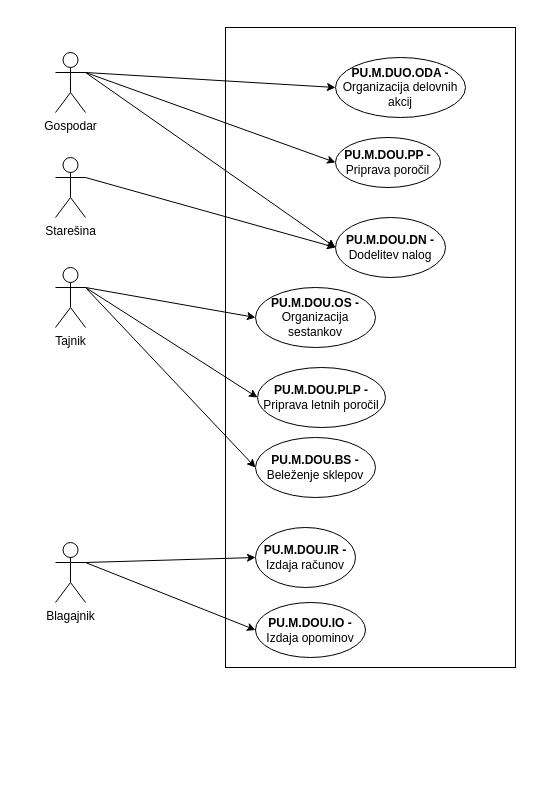
The draw.io diagram Upravni odbor-Primer uporabe.drawio in ErnestISv/Lovstvo, before the edit. Source tidied: cells renumbered, new cells numbered last; positions are measured from the earlier drawing's top-left corner, leaving out a move shared by most shapes. Both pictures are drawn from the tidied source at 100%, with x=0, y=0 at pixel (55, 27).
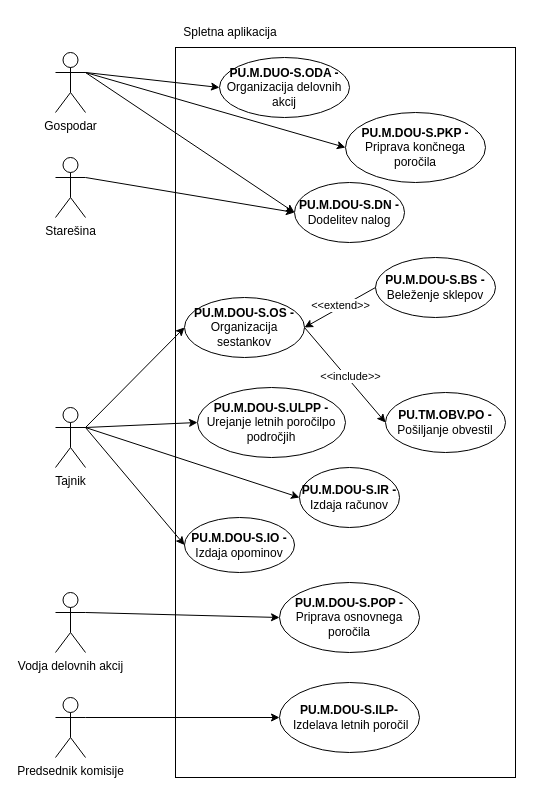
After the change.

What changed in the source:
```diff
@@
     <mxCell id="2" style="rounded=0;whiteSpace=wrap;html=1;" parent="1" vertex="1">
-      <mxGeometry x="170" width="290" height="640" as="geometry" />
+      <mxGeometry x="120" y="20" width="340" height="730" as="geometry" />
     </mxCell>
@@
     <mxCell id="5" value="Tajnik" style="shape=umlActor;verticalLabelPosition=bottom;verticalAlign=top;html=1;outlineConnect=0;" parent="1" vertex="1">
-      <mxGeometry y="240" width="30" height="60" as="geometry" />
+      <mxGeometry y="380" width="30" height="60" as="geometry" />
     </mxCell>
-    <mxCell id="6" value="&lt;b&gt;PU.M.DOU.OS -&lt;/b&gt; Organizacija sestankov" style="ellipse;whiteSpace=wrap;html=1;" parent="1" vertex="1">
-      <mxGeometry x="200" y="260" width="120" height="60" as="geometry" />
+    <mxCell id="6" value="&lt;b&gt;PU.M.DOU-S.OS -&lt;/b&gt; Organizacija sestankov" style="ellipse;whiteSpace=wrap;html=1;" parent="1" vertex="1">
+      <mxGeometry x="129" y="270" width="120" height="60" as="geometry" />
     </mxCell>
-    <mxCell id="7" value="&lt;b&gt;PU.M.DUO.ODA -&lt;/b&gt; Organizacija delovnih akcij" style="ellipse;whiteSpace=wrap;html=1;" parent="1" vertex="1">
-      <mxGeometry x="280" y="30" width="130" height="60" as="geometry" />
+    <mxCell id="7" value="&lt;b&gt;PU.M.DUO-S.ODA -&lt;/b&gt; Organizacija delovnih akcij" style="ellipse;whiteSpace=wrap;html=1;" parent="1" vertex="1">
+      <mxGeometry x="164" y="30" width="130" height="60" as="geometry" />
     </mxCell>
-    <mxCell id="8" value="&lt;b&gt;PU.M.DOU.PP -&lt;/b&gt; Priprava poročil" style="ellipse;whiteSpace=wrap;html=1;" parent="1" vertex="1">
-      <mxGeometry x="280" y="110" width="105" height="50" as="geometry" />
+    <mxCell id="8" value="&lt;b&gt;PU.M.DOU-S.PKP -&lt;/b&gt; Priprava končnega poročila" style="ellipse;whiteSpace=wrap;html=1;" parent="1" vertex="1">
+      <mxGeometry x="290" y="85" width="140" height="70" as="geometry" />
     </mxCell>
-    <mxCell id="9" value="Blagajnik" style="shape=umlActor;verticalLabelPosition=bottom;verticalAlign=top;html=1;outlineConnect=0;" parent="1" vertex="1">
-      <mxGeometry y="515" width="30" height="60" as="geometry" />
-    </mxCell>
-    <mxCell id="10" value="&lt;b&gt;PU.M.DOU.IR -&lt;/b&gt; Izdaja računov" style="ellipse;whiteSpace=wrap;html=1;" parent="1" vertex="1">
-      <mxGeometry x="200" y="500" width="100" height="60" as="geometry" />
+    <mxCell id="10" value="&lt;b&gt;PU.M.DOU-S.IR -&lt;/b&gt; Izdaja računov" style="ellipse;whiteSpace=wrap;html=1;" parent="1" vertex="1">
+      <mxGeometry x="244" y="440" width="100" height="60" as="geometry" />
     </mxCell>
-    <mxCell id="11" value="&lt;b&gt;PU.M.DOU.IO -&lt;/b&gt; Izdaja opominov" style="ellipse;whiteSpace=wrap;html=1;" parent="1" vertex="1">
-      <mxGeometry x="200" y="575" width="110" height="55" as="geometry" />
+    <mxCell id="11" value="&lt;b&gt;PU.M.DOU-S.IO -&lt;/b&gt; Izdaja opominov" style="ellipse;whiteSpace=wrap;html=1;" parent="1" vertex="1">
+      <mxGeometry x="129" y="490" width="110" height="55" as="geometry" />
     </mxCell>
-    <mxCell id="12" value="&lt;b&gt;PU.M.DOU.DN -&lt;/b&gt; Dodelitev nalog" style="ellipse;whiteSpace=wrap;html=1;" parent="1" vertex="1">
-      <mxGeometry x="280" y="190" width="110" height="60" as="geometry" />
+    <mxCell id="12" value="&lt;b&gt;PU.M.DOU-S.DN -&lt;/b&gt; Dodelitev nalog" style="ellipse;whiteSpace=wrap;html=1;" parent="1" vertex="1">
+      <mxGeometry x="239" y="155" width="110" height="60" as="geometry" />
     </mxCell>
-    <mxCell id="13" value="&lt;b&gt;PU.M.DOU.PLP -&lt;/b&gt; Priprava letnih poročil" style="ellipse;whiteSpace=wrap;html=1;" parent="1" vertex="1">
-      <mxGeometry x="202" y="340" width="128" height="60" as="geometry" />
+    <mxCell id="13" value="&lt;b&gt;PU.M.DOU-S.ULPP -&lt;/b&gt; Urejanje letnih poročilpo področjih" style="ellipse;whiteSpace=wrap;html=1;" parent="1" vertex="1">
+      <mxGeometry x="142" y="360" width="148" height="70" as="geometry" />
     </mxCell>
-    <mxCell id="14" value="&lt;b&gt;PU.M.DOU.BS -&lt;/b&gt; Beleženje sklepov" style="ellipse;whiteSpace=wrap;html=1;" parent="1" vertex="1">
-      <mxGeometry x="200" y="410" width="120" height="60" as="geometry" />
+    <mxCell id="14" value="&lt;b&gt;PU.M.DOU-S.BS -&lt;/b&gt; Beleženje sklepov" style="ellipse;whiteSpace=wrap;html=1;" parent="1" vertex="1">
+      <mxGeometry x="320" y="230" width="120" height="60" as="geometry" />
     </mxCell>
-    <mxCell id="15" style="endArrow=classic;html=1;rounded=0;exitX=1;exitY=0.3333333333333333;exitDx=0;exitDy=0;exitPerimeter=0;entryX=0;entryY=0.5;entryDx=0;entryDy=0;fillColor=#FF3A3A;" parent="1" edge="1" source="5" target="14">
-      <mxGeometry relative="1" as="geometry" />
-    </mxCell>
@@
-    <mxCell id="21" style="endArrow=classic;html=1;rounded=0;exitX=1;exitY=0.3333333333333333;exitDx=0;exitDy=0;exitPerimeter=0;entryX=0;entryY=0.5;entryDx=0;entryDy=0;" parent="1" edge="1" source="9" target="11">
+    <mxCell id="21" style="endArrow=classic;html=1;rounded=0;exitX=1;exitY=0.3333333333333333;exitDx=0;exitDy=0;exitPerimeter=0;entryX=0;entryY=0.5;entryDx=0;entryDy=0;" parent="1" edge="1" source="5" target="11">
       <mxGeometry relative="1" as="geometry" />
     </mxCell>
-    <mxCell id="22" style="endArrow=classic;html=1;rounded=0;exitX=1;exitY=0.3333333333333333;exitDx=0;exitDy=0;exitPerimeter=0;entryX=0;entryY=0.5;entryDx=0;entryDy=0;" parent="1" edge="1" source="9" target="10">
+    <mxCell id="22" style="endArrow=classic;html=1;rounded=0;exitX=1;exitY=0.3333333333333333;exitDx=0;exitDy=0;exitPerimeter=0;entryX=0;entryY=0.5;entryDx=0;entryDy=0;" parent="1" edge="1" source="5" target="10">
       <mxGeometry relative="1" as="geometry" />
     </mxCell>
@@
+    <mxCell id="24" value="&lt;b&gt;PU.TM.OBV.PO - &lt;/b&gt;Pošiljanje obvestil" style="ellipse;whiteSpace=wrap;html=1;" parent="1" vertex="1">
+      <mxGeometry x="330" y="365" width="120" height="60" as="geometry" />
+    </mxCell>
+    <mxCell id="25" value="Spletna aplikacija" style="text;html=1;align=center;verticalAlign=middle;whiteSpace=wrap;rounded=0;" parent="1" vertex="1">
+      <mxGeometry x="120" y="-10" width="110" height="30" as="geometry" />
+    </mxCell>
+    <mxCell id="26" style="endArrow=classic;html=1;rounded=0;entryX=0;entryY=0.5;entryDx=0;entryDy=0;exitX=1;exitY=0.5;exitDx=0;exitDy=0;" parent="1" edge="1" source="6" target="24">
+      <mxGeometry relative="1" as="geometry" />
+    </mxCell>
+    <mxCell id="27" value="&amp;lt;&amp;lt;include&amp;gt;&amp;gt;" style="edgeLabel;html=1;align=center;verticalAlign=middle;" parent="26" vertex="1">
+      <mxGeometry x="0.06" y="3" relative="1" as="geometry" />
+    </mxCell>
+    <mxCell id="28" value="Vodja delovnih akcij" style="shape=umlActor;verticalLabelPosition=bottom;verticalAlign=top;html=1;outlineConnect=0;" parent="1" vertex="1">
+      <mxGeometry y="565" width="30" height="60" as="geometry" />
+    </mxCell>
+    <mxCell id="29" value="&lt;b&gt;PU.M.DOU-S.POP -&lt;/b&gt; Priprava osnovnega poročila" style="ellipse;whiteSpace=wrap;html=1;" parent="1" vertex="1">
+      <mxGeometry x="224" y="555" width="140" height="70" as="geometry" />
+    </mxCell>
+    <mxCell id="30" style="endArrow=classic;html=1;rounded=0;exitX=1;exitY=0.3333333333333333;exitDx=0;exitDy=0;exitPerimeter=0;entryX=0;entryY=0.5;entryDx=0;entryDy=0;" parent="1" edge="1" source="28" target="29">
+      <mxGeometry relative="1" as="geometry" />
+    </mxCell>
+    <mxCell id="31" value="Predsednik komisije" style="shape=umlActor;verticalLabelPosition=bottom;verticalAlign=top;html=1;outlineConnect=0;" parent="1" vertex="1">
+      <mxGeometry y="670" width="30" height="60" as="geometry" />
+    </mxCell>
+    <mxCell id="32" value="&lt;b&gt;PU.M.DOU-S.ILP-&lt;/b&gt;&amp;nbsp;Izdelava letnih poročil" style="ellipse;whiteSpace=wrap;html=1;" parent="1" vertex="1">
+      <mxGeometry x="224" y="655" width="140" height="70" as="geometry" />
+    </mxCell>
+    <mxCell id="33" style="endArrow=classic;html=1;rounded=0;exitX=1;exitY=0.3333333333333333;exitDx=0;exitDy=0;exitPerimeter=0;entryX=0;entryY=0.5;entryDx=0;entryDy=0;" parent="1" edge="1" source="31" target="32">
+      <mxGeometry relative="1" as="geometry" />
+    </mxCell>
+    <mxCell id="34" style="endArrow=classic;html=1;rounded=0;exitX=0;exitY=0.5;exitDx=0;exitDy=0;entryX=1;entryY=0.5;entryDx=0;entryDy=0;" parent="1" edge="1" source="14" target="6">
+      <mxGeometry relative="1" as="geometry" />
+    </mxCell>
+    <mxCell id="35" value="&amp;lt;&amp;lt;extend&amp;gt;&amp;gt;" style="edgeLabel;html=1;align=center;verticalAlign=middle;" parent="34" vertex="1">
+      <mxGeometry x="-0.01" y="-2" relative="1" as="geometry" />
+    </mxCell>
```
